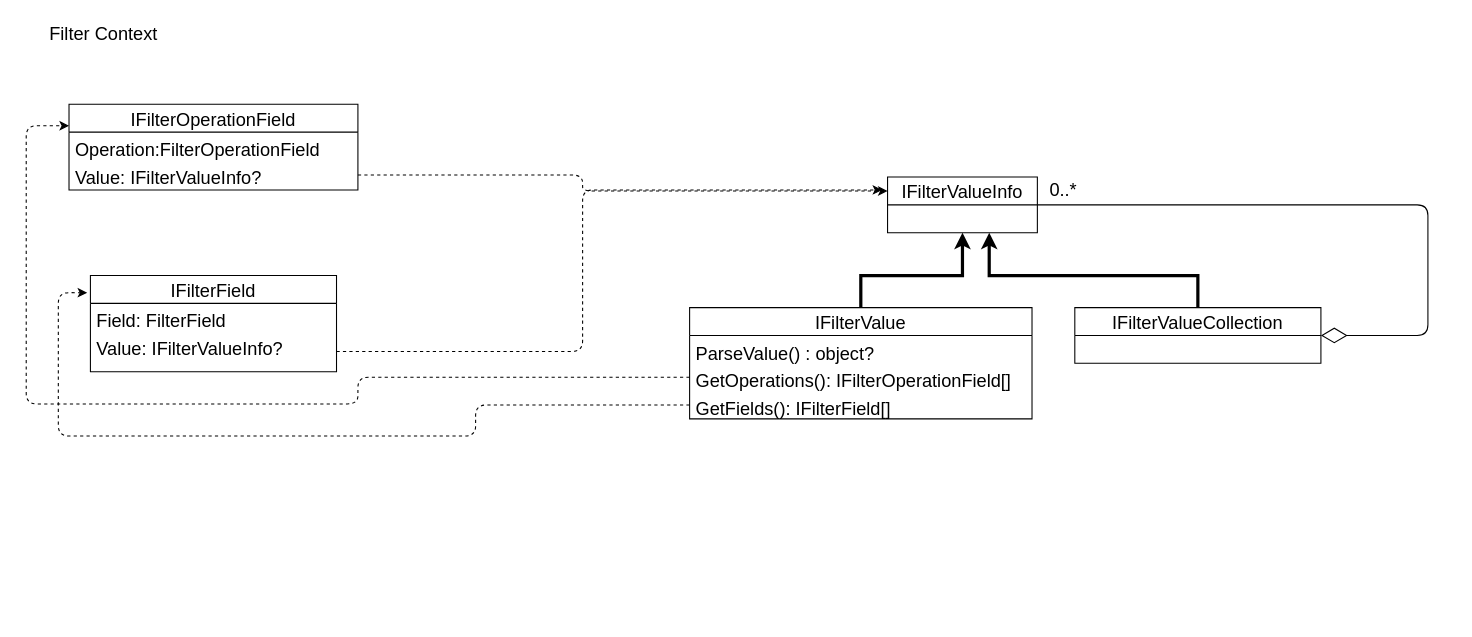
Earlier version of the draw.io diagram src/HotChocolate/Data/docs/Filtering/Context/Context.drawio (ChilliCream/graphql-platform). Source tidied: cells renumbered, new cells numbered last; positions are measured from the earlier drawing's top-left corner, leaving out a move shared by most shapes. Both pictures are drawn from the tidied source at 107%, with x=0, y=0 at pixel (26, 18).
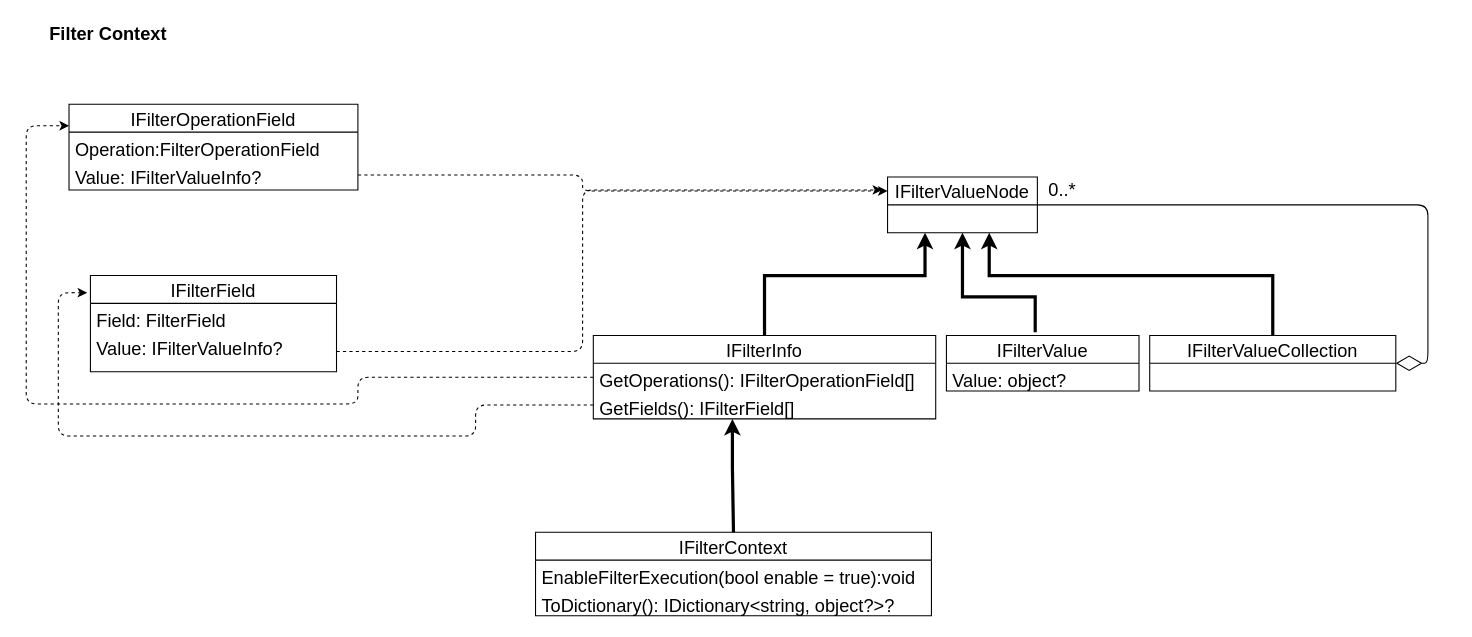
The same page after the edit.

Diff of the diagram source:
```diff
@@
-    <mxCell id="2" value="Filter Context" style="text;html=1;strokeColor=none;fillColor=none;align=left;verticalAlign=middle;whiteSpace=wrap;rounded=0;fontSize=17;" parent="1" vertex="1">
+    <mxCell id="2" value="Filter Context" style="text;html=1;strokeColor=none;fillColor=none;align=left;verticalAlign=middle;whiteSpace=wrap;rounded=0;fontSize=17;fontStyle=1;" parent="1" vertex="1">
       <mxGeometry x="20" width="240" height="30" as="geometry" />
     </mxCell>
-    <mxCell id="3" value="IFilterValueInfo" style="swimlane;fontStyle=0;horizontal=1;startSize=26;fillColor=none;fontSize=17;" parent="1" vertex="1">
+    <mxCell id="3" value="IFilterValueNode" style="swimlane;fontStyle=0;horizontal=1;startSize=26;fillColor=none;fontSize=17;" parent="1" vertex="1">
       <mxGeometry x="805" y="148" width="140" height="52" as="geometry" />
     </mxCell>
     <mxCell id="4" style="edgeStyle=none;html=1;exitX=0.5;exitY=0;exitDx=0;exitDy=0;fontSize=17;strokeWidth=3;rounded=0;" parent="1" edge="1" source="7">
       <mxGeometry relative="1" as="geometry">
         <mxPoint x="900" y="200" as="targetPoint" />
         <Array as="points">
-          <mxPoint x="1095" y="240" />
+          <mxPoint x="1165" y="240" />
           <mxPoint x="900" y="240" />
         </Array>
       </mxGeometry>
     </mxCell>
     <mxCell id="5" style="edgeStyle=none;html=1;entryX=1;entryY=0.5;entryDx=0;entryDy=0;fontSize=17;exitX=1;exitY=0.5;exitDx=0;exitDy=0;endArrow=none;endFill=0;startArrow=diamondThin;startFill=0;sourcePerimeterSpacing=0;startSize=22;" parent="1" edge="1" source="7" target="3">
       <mxGeometry relative="1" as="geometry">
         <Array as="points">
-          <mxPoint x="1310" y="296" />
+          <mxPoint x="1310" y="322" />
           <mxPoint x="1310" y="174" />
           <mxPoint x="1120" y="174" />
           <mxPoint x="1070" y="174" />
         </Array>
       </mxGeometry>
     </mxCell>
@@
     <mxCell id="7" value="IFilterValueCollection" style="swimlane;fontStyle=0;horizontal=1;startSize=26;fillColor=none;fontSize=17;" parent="1" vertex="1">
-      <mxGeometry x="980" y="270" width="230" height="52" as="geometry" />
+      <mxGeometry x="1050" y="296" width="230" height="52" as="geometry" />
     </mxCell>
-    <mxCell id="8" style="edgeStyle=none;html=1;exitX=0.5;exitY=0;exitDx=0;exitDy=0;entryX=0.5;entryY=1;entryDx=0;entryDy=0;fontSize=17;strokeWidth=3;rounded=0;" parent="1" edge="1" source="9" target="3">
+    <mxCell id="8" style="edgeStyle=none;html=1;exitX=0.5;exitY=0;exitDx=0;exitDy=0;entryX=0.25;entryY=1;entryDx=0;entryDy=0;fontSize=17;strokeWidth=3;rounded=0;" parent="1" edge="1" source="9" target="3">
       <mxGeometry relative="1" as="geometry">
         <Array as="points">
-          <mxPoint x="780" y="240" />
-          <mxPoint x="875" y="240" />
+          <mxPoint x="690" y="240" />
+          <mxPoint x="840" y="240" />
         </Array>
       </mxGeometry>
     </mxCell>
-    <mxCell id="9" value="IFilterValue" style="swimlane;fontStyle=0;horizontal=1;startSize=26;fillColor=none;fontSize=17;" parent="1" vertex="1">
-      <mxGeometry x="620" y="270" width="320" height="104" as="geometry" />
+    <mxCell id="9" value="IFilterInfo" style="swimlane;fontStyle=0;horizontal=1;startSize=26;fillColor=none;fontSize=17;" parent="1" vertex="1">
+      <mxGeometry x="530" y="296" width="320" height="78" as="geometry" />
     </mxCell>
-    <mxCell id="10" value="ParseValue() : object?" style="text;strokeColor=none;fillColor=none;align=left;verticalAlign=top;spacingLeft=4;spacingRight=4;overflow=hidden;fontSize=17;" parent="9" vertex="1">
-      <mxGeometry y="26" width="320" height="26" as="geometry" />
-    </mxCell>
     <mxCell id="11" value="GetOperations(): IFilterOperationField[]" style="text;strokeColor=none;fillColor=none;align=left;verticalAlign=top;spacingLeft=4;spacingRight=4;overflow=hidden;points=[[0,0.5],[1,0.5]];portConstraint=eastwest;fontSize=17;" parent="9" vertex="1">
-      <mxGeometry y="52" width="320" height="26" as="geometry" />
+      <mxGeometry y="26" width="320" height="26" as="geometry" />
     </mxCell>
     <mxCell id="12" value="GetFields(): IFilterField[]" style="text;strokeColor=none;fillColor=none;align=left;verticalAlign=top;spacingLeft=4;spacingRight=4;overflow=hidden;points=[[0,0.5],[1,0.5]];portConstraint=eastwest;fontSize=17;" parent="9" vertex="1">
-      <mxGeometry y="78" width="320" height="26" as="geometry" />
+      <mxGeometry y="52" width="320" height="26" as="geometry" />
     </mxCell>
@@
+    <mxCell id="23" value="IFilterValue" style="swimlane;fontStyle=0;horizontal=1;startSize=26;fillColor=none;fontSize=17;" parent="1" vertex="1">
+      <mxGeometry x="860" y="296" width="180" height="52" as="geometry" />
+    </mxCell>
+    <mxCell id="24" value="Value: object?" style="text;strokeColor=none;fillColor=none;align=left;verticalAlign=top;spacingLeft=4;spacingRight=4;overflow=hidden;fontSize=17;" parent="23" vertex="1">
+      <mxGeometry y="26" width="180" height="26" as="geometry" />
+    </mxCell>
+    <mxCell id="25" style="edgeStyle=none;html=1;exitX=0.461;exitY=-0.058;exitDx=0;exitDy=0;entryX=0.5;entryY=1;entryDx=0;entryDy=0;fontSize=17;strokeWidth=3;rounded=0;exitPerimeter=0;" parent="1" edge="1" source="23" target="3">
+      <mxGeometry relative="1" as="geometry">
+        <Array as="points">
+          <mxPoint x="943" y="260" />
+          <mxPoint x="875" y="260" />
+        </Array>
+      </mxGeometry>
+    </mxCell>
+    <mxCell id="26" value="IFilterContext" style="swimlane;fontStyle=0;horizontal=1;startSize=26;fillColor=none;fontSize=17;" parent="1" vertex="1">
+      <mxGeometry x="476" y="480" width="370" height="78" as="geometry" />
+    </mxCell>
+    <mxCell id="27" value="EnableFilterExecution(bool enable = true):void" style="text;strokeColor=none;fillColor=none;align=left;verticalAlign=top;spacingLeft=4;spacingRight=4;overflow=hidden;fontSize=17;" parent="26" vertex="1">
+      <mxGeometry y="26" width="370" height="26" as="geometry" />
+    </mxCell>
+    <mxCell id="28" value="ToDictionary(): IDictionary&lt;string, object?&gt;?" style="text;strokeColor=none;fillColor=none;align=left;verticalAlign=top;spacingLeft=4;spacingRight=4;overflow=hidden;fontSize=17;" parent="26" vertex="1">
+      <mxGeometry y="52" width="370" height="26" as="geometry" />
+    </mxCell>
+    <mxCell id="29" style="edgeStyle=none;html=1;exitX=0.5;exitY=0;exitDx=0;exitDy=0;entryX=0.25;entryY=1;entryDx=0;entryDy=0;fontSize=17;strokeWidth=3;rounded=0;" parent="1" edge="1" source="26">
+      <mxGeometry relative="1" as="geometry">
+        <mxPoint x="660" y="374" as="targetPoint" />
+        <Array as="points">
+          <mxPoint x="660" y="420" />
+        </Array>
+      </mxGeometry>
+    </mxCell>
```
